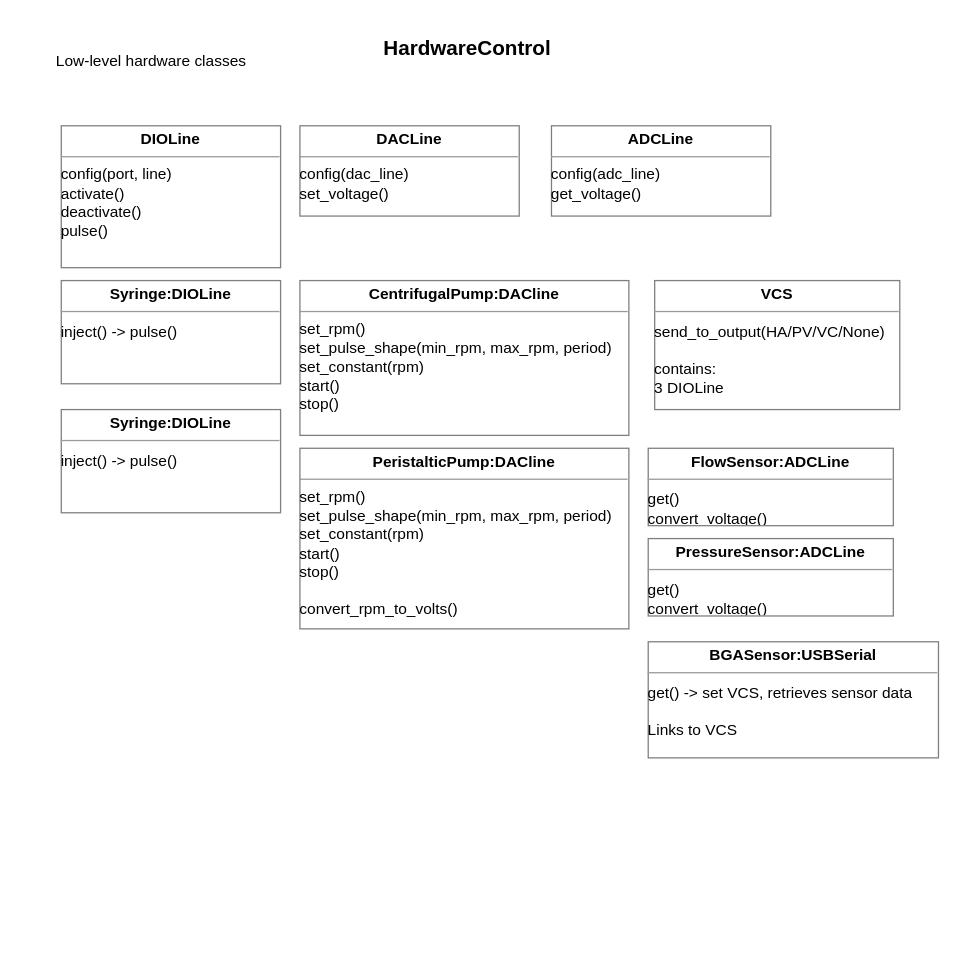
Above: page "LowLevelDrivers" (1 of 2) of Documentation/SoftwareArchitecture.drawio in CCR-SOP/OpenSourcePerfusionSystem (draw.io), before the change. Source tidied: cells renumbered, new cells numbered last; positions are measured from the earlier drawing's top-left corner, leaving out a move shared by most shapes. Both pictures are drawn from the tidied source at 129%, with x=0, y=0 at pixel (22, 22).
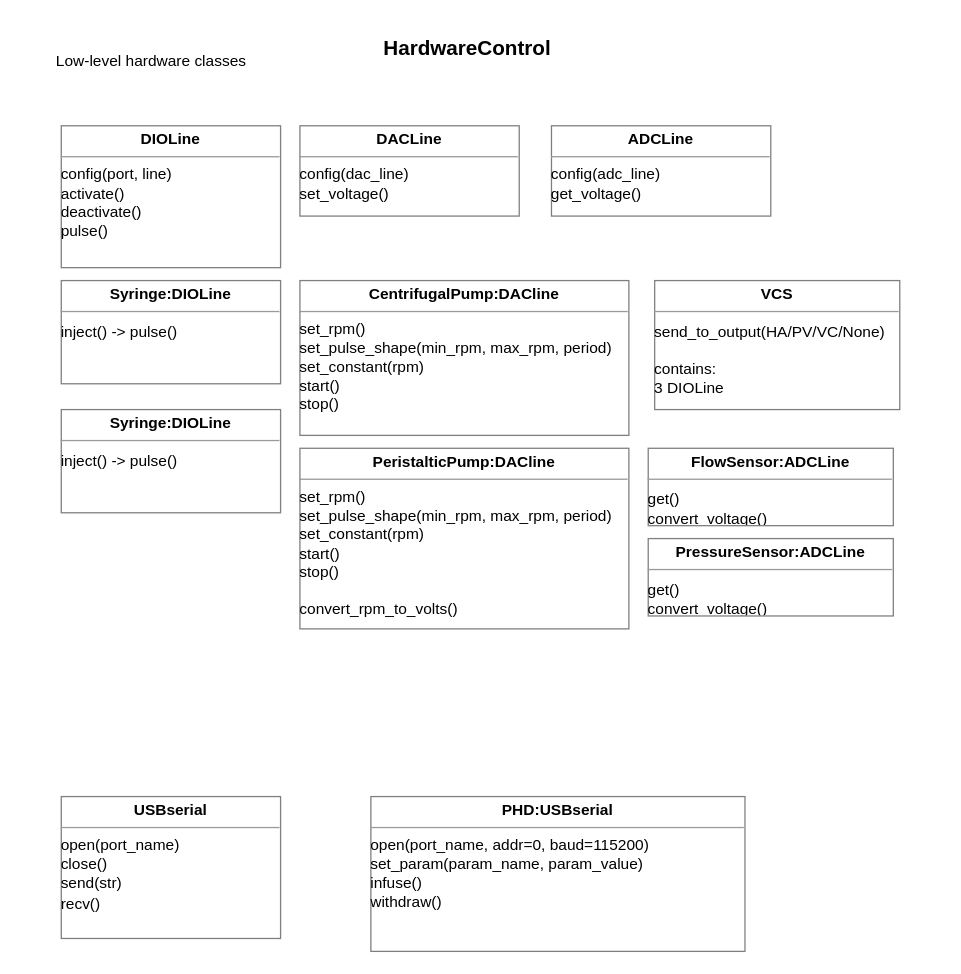
Above is the later version.

Commit message:
Add new classes for syringe control based on USB serial comm

What changed in the source:
```diff
@@
 <mxGraphModel>
   <root>
     <mxCell id="0" />
     <mxCell id="1" parent="0" />
     <mxCell id="2" value="&lt;p style=&quot;margin: 0px ; margin-top: 4px ; text-align: center&quot;&gt;&lt;b&gt;Syringe:DIOLine&lt;/b&gt;&lt;/p&gt;&lt;hr size=&quot;1&quot;&gt;&lt;div style=&quot;height: 2px&quot;&gt;&lt;br&gt;&lt;/div&gt;&lt;div style=&quot;height: 2px&quot;&gt;inject() -&amp;gt; pulse()&amp;nbsp;&lt;br&gt;&lt;br&gt;&lt;/div&gt;" style="verticalAlign=top;align=left;overflow=fill;fontSize=12;fontFamily=Helvetica;html=1;labelBackgroundColor=none;fillColor=#FFFFFF;gradientColor=none;opacity=50;" parent="1" vertex="1">
       <mxGeometry x="30" y="200" width="170" height="80" as="geometry" />
     </mxCell>
     <mxCell id="3" value="&lt;p style=&quot;margin: 0px ; margin-top: 4px ; text-align: center&quot;&gt;&lt;b&gt;DIOLine&lt;/b&gt;&lt;/p&gt;&lt;hr size=&quot;1&quot;&gt;config(port, line)&lt;div style=&quot;height: 2px&quot;&gt;activate()&lt;br&gt;deactivate()&lt;br&gt;pulse()&lt;br&gt;&lt;br&gt;&lt;br&gt;&lt;/div&gt;&lt;div style=&quot;height: 2px&quot;&gt;&lt;br&gt;&lt;/div&gt;" style="verticalAlign=top;align=left;overflow=fill;fontSize=12;fontFamily=Helvetica;html=1;labelBackgroundColor=none;fillColor=#FFFFFF;gradientColor=none;opacity=50;" parent="1" vertex="1">
       <mxGeometry x="30" y="80" width="170" height="110" as="geometry" />
     </mxCell>
     <mxCell id="4" value="&lt;p style=&quot;margin: 0px ; margin-top: 4px ; text-align: center&quot;&gt;&lt;b&gt;Syringe:DIOLine&lt;/b&gt;&lt;/p&gt;&lt;hr size=&quot;1&quot;&gt;&lt;div style=&quot;height: 2px&quot;&gt;&lt;br&gt;&lt;/div&gt;&lt;div style=&quot;height: 2px&quot;&gt;inject() -&amp;gt; pulse()&amp;nbsp;&lt;br&gt;&lt;br&gt;&lt;/div&gt;" style="verticalAlign=top;align=left;overflow=fill;fontSize=12;fontFamily=Helvetica;html=1;labelBackgroundColor=none;fillColor=#FFFFFF;gradientColor=none;opacity=50;" parent="1" vertex="1">
       <mxGeometry x="30" y="300" width="170" height="80" as="geometry" />
     </mxCell>
     <mxCell id="5" value="&lt;p style=&quot;margin: 0px ; margin-top: 4px ; text-align: center&quot;&gt;&lt;b&gt;CentrifugalPump:DACline&lt;/b&gt;&lt;/p&gt;&lt;hr size=&quot;1&quot;&gt;&lt;div style=&quot;height: 2px&quot;&gt;set_rpm()&lt;br&gt;set_pulse_shape(min_rpm, max_rpm, period)&lt;br&gt;set_constant(rpm)&lt;br&gt;start()&lt;br&gt;stop()&lt;br&gt;&lt;br&gt;convert_rpm_to_volts()&lt;br&gt;&lt;/div&gt;&lt;div style=&quot;height: 2px&quot;&gt;&lt;br&gt;&lt;/div&gt;" style="verticalAlign=top;align=left;overflow=fill;fontSize=12;fontFamily=Helvetica;html=1;labelBackgroundColor=none;fillColor=#FFFFFF;gradientColor=none;opacity=50;" parent="1" vertex="1">
       <mxGeometry x="215" y="200" width="255" height="120" as="geometry" />
     </mxCell>
     <mxCell id="6" value="&lt;p style=&quot;margin: 0px ; margin-top: 4px ; text-align: center&quot;&gt;&lt;b&gt;DACLine&lt;/b&gt;&lt;/p&gt;&lt;hr size=&quot;1&quot;&gt;&lt;div style=&quot;height: 2px&quot;&gt;config(dac_line)&lt;br&gt;set_voltage()&lt;/div&gt;&lt;div style=&quot;height: 2px&quot;&gt;&lt;br&gt;&lt;/div&gt;" style="verticalAlign=top;align=left;overflow=fill;fontSize=12;fontFamily=Helvetica;html=1;labelBackgroundColor=none;fillColor=#FFFFFF;gradientColor=none;opacity=50;" parent="1" vertex="1">
       <mxGeometry x="215" y="80" width="170" height="70" as="geometry" />
     </mxCell>
     <mxCell id="7" value="&lt;p style=&quot;margin: 0px ; margin-top: 4px ; text-align: center&quot;&gt;&lt;b&gt;PeristalticPump:DACline&lt;/b&gt;&lt;/p&gt;&lt;hr size=&quot;1&quot;&gt;&lt;div style=&quot;height: 2px&quot;&gt;set_rpm()&lt;br&gt;set_pulse_shape(min_rpm, max_rpm, period)&lt;br&gt;set_constant(rpm)&lt;br&gt;start()&lt;br&gt;stop()&lt;br&gt;&lt;br&gt;convert_rpm_to_volts()&lt;br&gt;&lt;/div&gt;&lt;div style=&quot;height: 2px&quot;&gt;&lt;br&gt;&lt;/div&gt;" style="verticalAlign=top;align=left;overflow=fill;fontSize=12;fontFamily=Helvetica;html=1;labelBackgroundColor=none;fillColor=#FFFFFF;gradientColor=none;opacity=50;" parent="1" vertex="1">
       <mxGeometry x="215" y="330" width="255" height="140" as="geometry" />
     </mxCell>
     <mxCell id="8" value="&lt;p style=&quot;margin: 0px ; margin-top: 4px ; text-align: center&quot;&gt;&lt;b&gt;VCS&lt;/b&gt;&lt;/p&gt;&lt;hr size=&quot;1&quot;&gt;&lt;div style=&quot;height: 2px&quot;&gt;&lt;br&gt;&lt;/div&gt;&lt;div style=&quot;height: 2px&quot;&gt;send_to_output(HA/PV/VC/None)&lt;br&gt;&lt;br&gt;contains:&lt;br&gt;3 DIOLine&lt;/div&gt;" style="verticalAlign=top;align=left;overflow=fill;fontSize=12;fontFamily=Helvetica;html=1;labelBackgroundColor=none;fillColor=#FFFFFF;gradientColor=none;opacity=50;" parent="1" vertex="1">
       <mxGeometry x="490" y="200" width="190" height="100" as="geometry" />
     </mxCell>
     <mxCell id="9" value="&lt;p style=&quot;margin: 0px ; margin-top: 4px ; text-align: center&quot;&gt;&lt;b&gt;FlowSensor:ADCLine&lt;/b&gt;&lt;/p&gt;&lt;hr size=&quot;1&quot;&gt;&lt;div style=&quot;height: 2px&quot;&gt;&lt;br&gt;&lt;/div&gt;&lt;div style=&quot;height: 2px&quot;&gt;get()&lt;br&gt;convert_voltage()&lt;br&gt;&lt;br&gt;&lt;/div&gt;" style="verticalAlign=top;align=left;overflow=fill;fontSize=12;fontFamily=Helvetica;html=1;labelBackgroundColor=none;fillColor=#FFFFFF;gradientColor=none;opacity=50;" parent="1" vertex="1">
       <mxGeometry x="485" y="330" width="190" height="60" as="geometry" />
     </mxCell>
     <mxCell id="10" value="&lt;p style=&quot;margin: 0px ; margin-top: 4px ; text-align: center&quot;&gt;&lt;b&gt;ADCLine&lt;/b&gt;&lt;/p&gt;&lt;hr size=&quot;1&quot;&gt;&lt;div style=&quot;height: 2px&quot;&gt;config(adc_line)&lt;br&gt;get_voltage()&lt;/div&gt;&lt;div style=&quot;height: 2px&quot;&gt;&lt;br&gt;&lt;/div&gt;" style="verticalAlign=top;align=left;overflow=fill;fontSize=12;fontFamily=Helvetica;html=1;labelBackgroundColor=none;fillColor=#FFFFFF;gradientColor=none;opacity=50;" parent="1" vertex="1">
       <mxGeometry x="410" y="80" width="170" height="70" as="geometry" />
     </mxCell>
     <mxCell id="11" value="&lt;p style=&quot;margin: 0px ; margin-top: 4px ; text-align: center&quot;&gt;&lt;b&gt;PressureSensor:ADCLine&lt;/b&gt;&lt;/p&gt;&lt;hr size=&quot;1&quot;&gt;&lt;div style=&quot;height: 2px&quot;&gt;&lt;br&gt;&lt;/div&gt;&lt;div style=&quot;height: 2px&quot;&gt;get()&lt;br&gt;convert_voltage()&lt;br&gt;&lt;br&gt;&lt;/div&gt;" style="verticalAlign=top;align=left;overflow=fill;fontSize=12;fontFamily=Helvetica;html=1;labelBackgroundColor=none;fillColor=#FFFFFF;gradientColor=none;opacity=50;" parent="1" vertex="1">
       <mxGeometry x="485" y="400" width="190" height="60" as="geometry" />
     </mxCell>
-    <mxCell id="12" value="&lt;p style=&quot;margin: 0px ; margin-top: 4px ; text-align: center&quot;&gt;&lt;b&gt;BGASensor:USBSerial&lt;/b&gt;&lt;/p&gt;&lt;hr size=&quot;1&quot;&gt;&lt;div style=&quot;height: 2px&quot;&gt;&lt;br&gt;&lt;/div&gt;&lt;div style=&quot;height: 2px&quot;&gt;get() -&amp;gt; set VCS, retrieves sensor data&lt;br&gt;&lt;br&gt;Links to VCS&lt;br&gt;&lt;br&gt;&lt;br&gt;&lt;br&gt;&lt;/div&gt;" style="verticalAlign=top;align=left;overflow=fill;fontSize=12;fontFamily=Helvetica;html=1;labelBackgroundColor=none;fillColor=#FFFFFF;gradientColor=none;opacity=50;" parent="1" vertex="1">
-      <mxGeometry x="485" y="480" width="225" height="90" as="geometry" />
-    </mxCell>
     <mxCell id="13" value="&lt;b&gt;&lt;font style=&quot;font-size: 16px&quot;&gt;HardwareControl&lt;/font&gt;&lt;/b&gt;" style="text;html=1;strokeColor=none;fillColor=none;align=center;verticalAlign=middle;whiteSpace=wrap;rounded=0;labelBackgroundColor=none;fontSize=12;fontColor=#000000;opacity=50;" parent="1" vertex="1">
       <mxGeometry x="250" width="190" height="40" as="geometry" />
     </mxCell>
     <mxCell id="14" value="Low-level hardware classes" style="text;html=1;strokeColor=none;fillColor=none;align=center;verticalAlign=middle;whiteSpace=wrap;rounded=0;" parent="1" vertex="1">
       <mxGeometry y="20" width="200" height="20" as="geometry" />
     </mxCell>
+    <mxCell id="15" value="&lt;p style=&quot;margin: 0px ; margin-top: 4px ; text-align: center&quot;&gt;&lt;b&gt;USBserial&lt;/b&gt;&lt;/p&gt;&lt;hr size=&quot;1&quot;&gt;open(port_name)&lt;br&gt;close()&lt;br&gt;&lt;div style=&quot;height: 2px&quot;&gt;send(str)&lt;/div&gt;&lt;div style=&quot;height: 2px&quot;&gt;&lt;br&gt;recv()&lt;/div&gt;&lt;div style=&quot;height: 2px&quot;&gt;&lt;br&gt;&lt;/div&gt;&lt;div style=&quot;height: 2px&quot;&gt;&lt;br&gt;&lt;/div&gt;" style="verticalAlign=top;align=left;overflow=fill;fontSize=12;fontFamily=Helvetica;html=1;labelBackgroundColor=none;fillColor=#FFFFFF;gradientColor=none;opacity=50;" parent="1" vertex="1">
+      <mxGeometry x="30" y="600" width="170" height="110" as="geometry" />
+    </mxCell>
+    <mxCell id="16" value="&lt;p style=&quot;margin: 0px ; margin-top: 4px ; text-align: center&quot;&gt;&lt;b&gt;PHD:USBserial&lt;/b&gt;&lt;/p&gt;&lt;hr size=&quot;1&quot;&gt;open(port_name, addr=0, baud=115200)&lt;br&gt;set_param(param_name, param_value)&lt;br&gt;infuse()&lt;br&gt;withdraw()" style="verticalAlign=top;align=left;overflow=fill;fontSize=12;fontFamily=Helvetica;html=1;labelBackgroundColor=none;fillColor=#FFFFFF;gradientColor=none;opacity=50;" parent="1" vertex="1">
+      <mxGeometry x="270" y="600" width="290" height="120" as="geometry" />
+    </mxCell>
   </root>
 </mxGraphModel>
```
